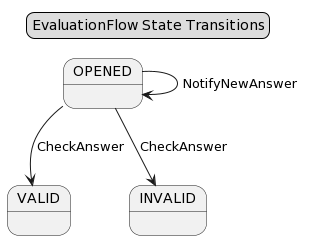
This is doc/dist/src-gen/gamedev_BC_EvaluationContext_EvaluationFlow_StateDiagram.png from esgi-lyon/question-ddd, a PlantUML export, as it was before one commit.
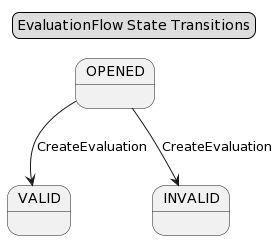
Above is the later version.

Diff of the diagram source:
```diff
@@ -4,9 +4,8 @@
 VALID :
 INVALID :
 OPENED :
-OPENED --> OPENED : NotifyNewAnswer
-OPENED --> VALID : CheckAnswer
-OPENED --> INVALID : CheckAnswer
+OPENED --> VALID : CreateEvaluation
+OPENED --> INVALID : CreateEvaluation
 
 
 legend top center
```
